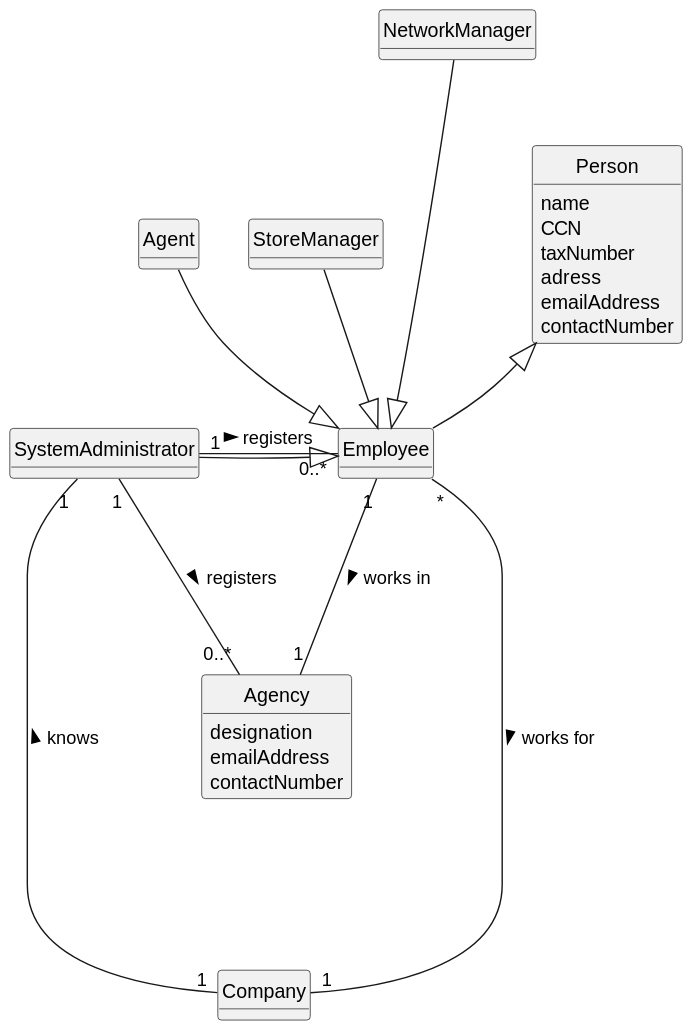
This is docs/sprintA/us003/02.analysis/svg/us003-domain-model.svg from rita-barbosa/LAPR2-2223, a PlantUML export, as it was before one commit. Its diagram source:
```plantuml
@startuml
skinparam monochrome true
skinparam packageStyle rectangle
skinparam shadowing false


skinparam classAttributeIconSize 0

hide circle
hide methods

class SystemAdministrator {}

class Company {}

class Employee {}

class Agent{
}

class StoreManager{
}
class NetworkManager{
}

class Person{
name
CCN
taxNumber
adress
emailAddress
contactNumber
}


class Agency {
designation
emailAddress
contactNumber
}


Company "1" ----- "1" SystemAdministrator : knows >
SystemAdministrator ---|> Employee
SystemAdministrator "1" - "0..*" Employee: registers >
SystemAdministrator "1" --- "0..*" Agency: registers >
Employee "*" ---- "1" Company : works for >
Employee "1" --- "1" Agency: works in  >
Person  <|--  Employee
Agent  --|> Employee
StoreManager --|> Employee
NetworkManager ---|> Employee
@enduml
```
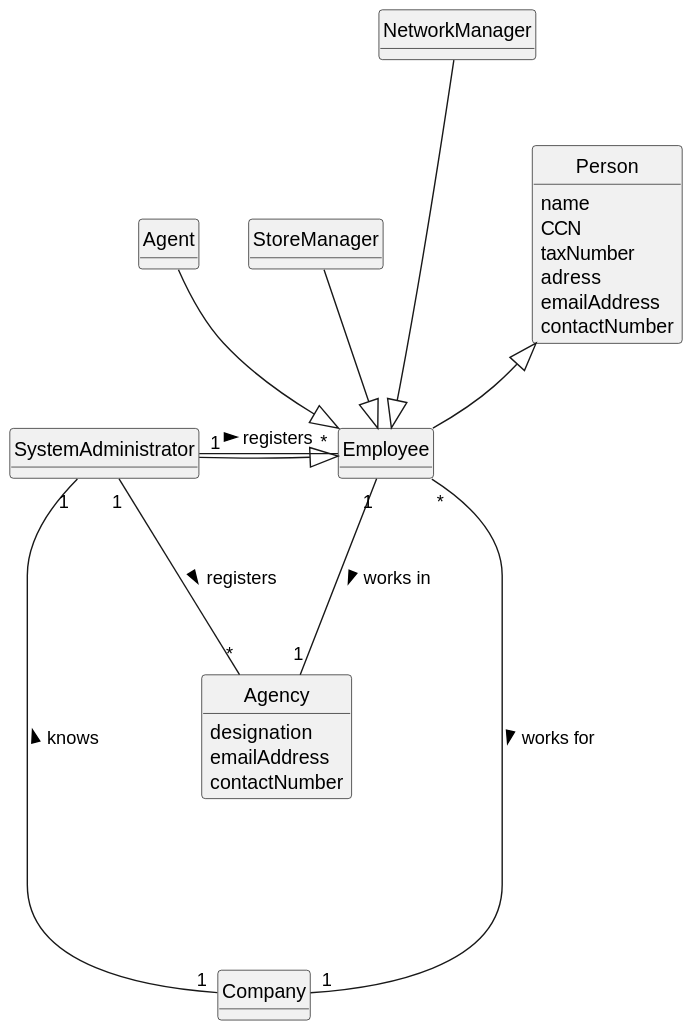
Above is the later version.

Commit message:
US003 Update Domain Model

Change to the diagram source:
```diff
@@ -42,8 +42,8 @@
 
 Company "1" ----- "1" SystemAdministrator : knows >
 SystemAdministrator ---|> Employee
-SystemAdministrator "1" - "0..*" Employee: registers >
-SystemAdministrator "1" --- "0..*" Agency: registers >
+SystemAdministrator "1" - "*" Employee: registers >
+SystemAdministrator "1" --- "*" Agency: registers >
 Employee "*" ---- "1" Company : works for >
 Employee "1" --- "1" Agency: works in  >
 Person  <|--  Employee
```
